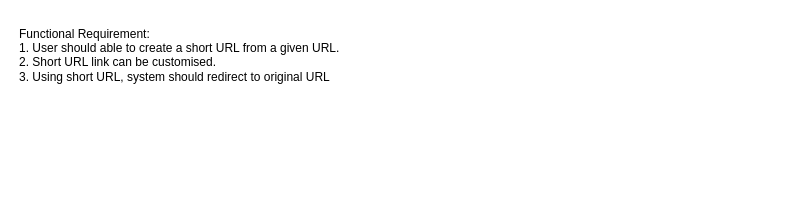
Above: Untitled Diagram.drawio in prahlad2018/microservice (draw.io), before the change. Source tidied: cells renumbered, new cells numbered last; positions are measured from the earlier drawing's top-left corner, leaving out a move shared by most shapes. Both pictures are drawn from the tidied source at 100%, with x=0, y=0 at pixel (17, 17).
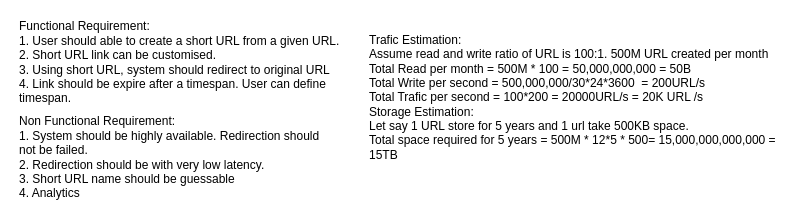
After the change.

What changed in the source:
```diff
@@
 <mxGraphModel>
   <root>
     <mxCell id="0" />
     <mxCell id="1" parent="0" />
-    <mxCell id="2" value="Functional Requirement:&lt;br&gt;1. User should able to create a short URL from a given URL.&lt;br&gt;2. Short URL link can be customised.&lt;br&gt;3. Using short URL, system should redirect to original URL&lt;br&gt;&lt;br&gt;" style="text;html=1;strokeColor=none;fillColor=none;align=left;verticalAlign=middle;whiteSpace=wrap;rounded=0;" parent="1" vertex="1">
+    <mxCell id="2" value="Functional Requirement:&lt;br&gt;1. User should able to create a short URL from a given URL.&lt;br&gt;2. Short URL link can be customised.&lt;br&gt;3. Using short URL, system should redirect to original URL&lt;br&gt;4. Link should be expire after a timespan. User can define timespan.&lt;br&gt;" style="text;html=1;strokeColor=none;fillColor=none;align=left;verticalAlign=middle;whiteSpace=wrap;rounded=0;" parent="1" vertex="1">
       <mxGeometry width="330" height="90" as="geometry" />
     </mxCell>
+    <mxCell id="3" value="Non Functional Requirement:&lt;br&gt;1. System should be highly available. Redirection should not be failed.&lt;br&gt;2. Redirection should be with very low latency.&lt;br&gt;3. Short URL name should be guessable&lt;br&gt;4. Analytics" style="text;html=1;strokeColor=none;fillColor=none;align=left;verticalAlign=middle;whiteSpace=wrap;rounded=0;" parent="1" vertex="1">
+      <mxGeometry y="100" width="310" height="80" as="geometry" />
+    </mxCell>
+    <mxCell id="4" value="Trafic Estimation:&lt;br&gt;Assume read and write ratio of URL is 100:1. 500M URL created per month&lt;br&gt;Total Read per month = 500M * 100 = 50,000,000,000 = 50B&lt;br&gt;Total Write per second = 500,000,000/30*24*3600&amp;nbsp; = 200URL/s&lt;br&gt;Total Trafic per second = 100*200 = 20000URL/s = 20K URL /s&lt;br&gt;Storage Estimation:&lt;br&gt;Let say 1 URL store for 5 years and 1 url take 500KB space.&lt;br&gt;Total space required for 5 years = 500M * 12*5 * 500= 15,000,000,000,000 = 15TB&amp;nbsp;&lt;br&gt;" style="text;html=1;strokeColor=none;fillColor=none;align=left;verticalAlign=middle;whiteSpace=wrap;rounded=0;" parent="1" vertex="1">
+      <mxGeometry x="350" y="10" width="410" height="140" as="geometry" />
+    </mxCell>
   </root>
 </mxGraphModel>
```
